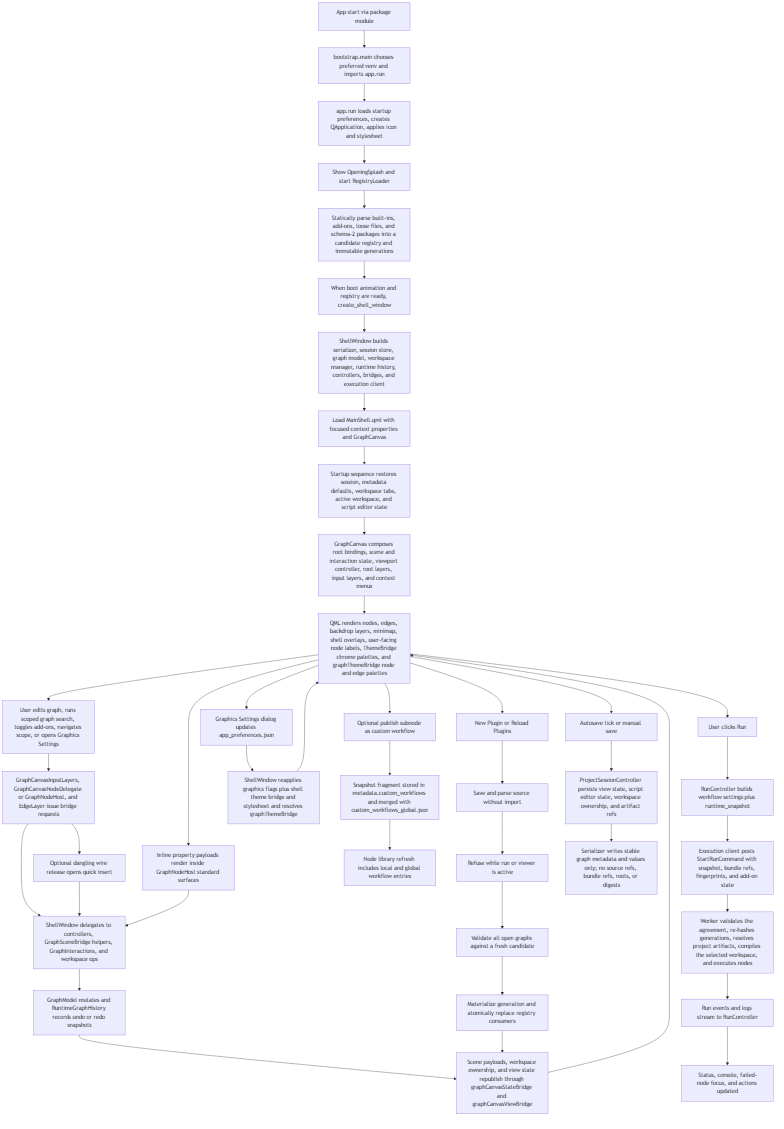
This is docs/architecture_diagrams/runtime_pipeline.png from emreatay993/EA_Node, a Mermaid export, as it was before one commit. Its source is kept beside it as docs/architecture_diagrams/runtime_pipeline.mmd.
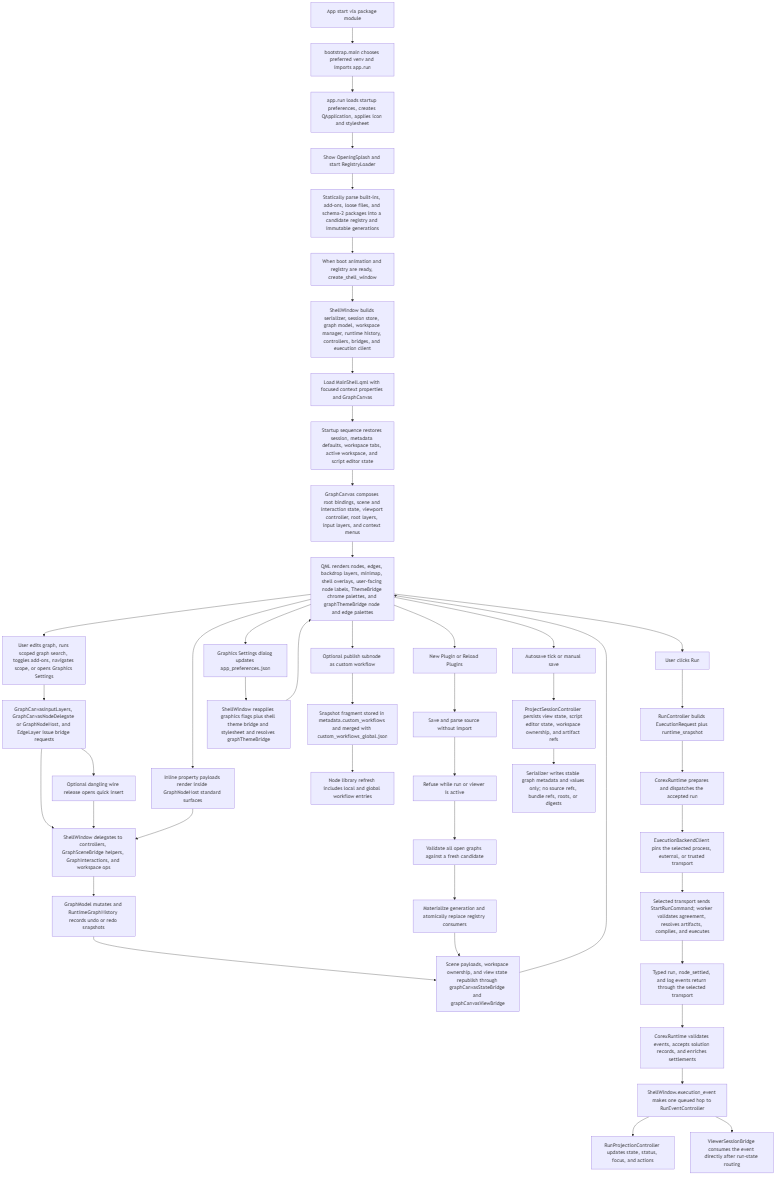
The same diagram one commit later.

The edit, as a diff of the source:
```diff
@@ -38,11 +38,15 @@
     T --> U[Node library refresh includes local and global workflow entries]
 
     J --> V[User clicks Run]
-    V --> W[RunController builds workflow settings plus runtime_snapshot]
-    W --> X[Execution client posts StartRunCommand with snapshot, bundle refs, fingerprints, and add-on state]
-    X --> Y[Worker validates the agreement, re-hashes generations, resolves project artifacts, compiles the selected workspace, and executes nodes]
-    Y --> Z[Run events and logs stream to RunController]
-    Z --> ZA[Status, console, failed-node focus, and actions updated]
+    V --> W[RunController builds ExecutionRequest plus runtime_snapshot]
+    W --> X[CorexRuntime prepares and dispatches the accepted run]
+    X --> XB[ExecutionBackendClient pins the selected process, external, or trusted transport]
+    XB --> Y[Selected transport sends StartRunCommand; worker validates agreement, resolves artifacts, compiles, and executes]
+    Y --> Z[Typed run, node_settled, and log events return through the selected transport]
+    Z --> ZR[CorexRuntime validates events, accepts solution records, and enriches settlements]
+    ZR --> ZE[ShellWindow.execution_event makes one queued hop to RunEventController]
+    ZE --> ZP[RunProjectionController updates state, status, focus, and actions]
+    ZE --> ZV[ViewerSessionBridge consumes the event directly after run-state routing]
 
     J --> ZB[Autosave tick or manual save]
     ZB --> ZC[ProjectSessionController persists view state, script editor state, workspace ownership, and artifact refs]
```
